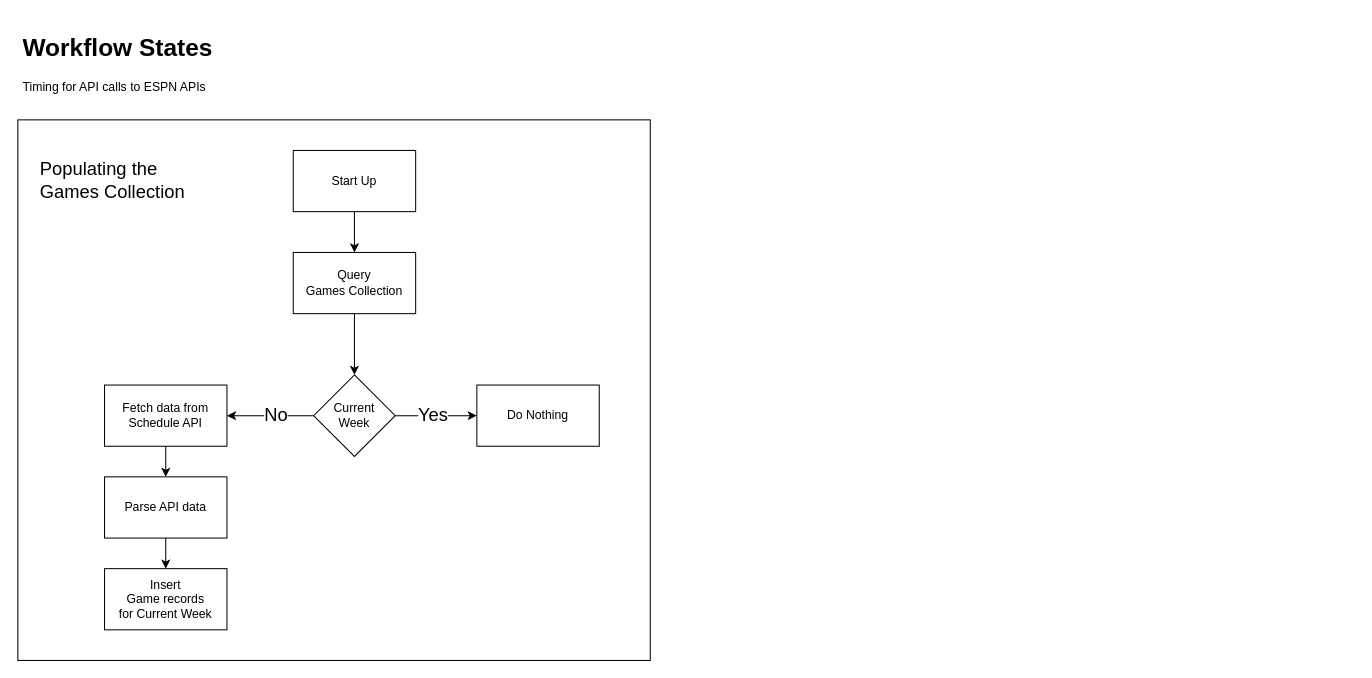
Earlier version of the draw.io diagram page "Workflows" (3 of 4) of docs/Footballer2.drawio (tjscooper/footballer2). Source tidied: cells renumbered, new cells numbered last; positions are measured from the earlier drawing's top-left corner, leaving out a move shared by most shapes. Both pictures are drawn from the tidied source at 102%, with x=0, y=0 at pixel (17, 28).
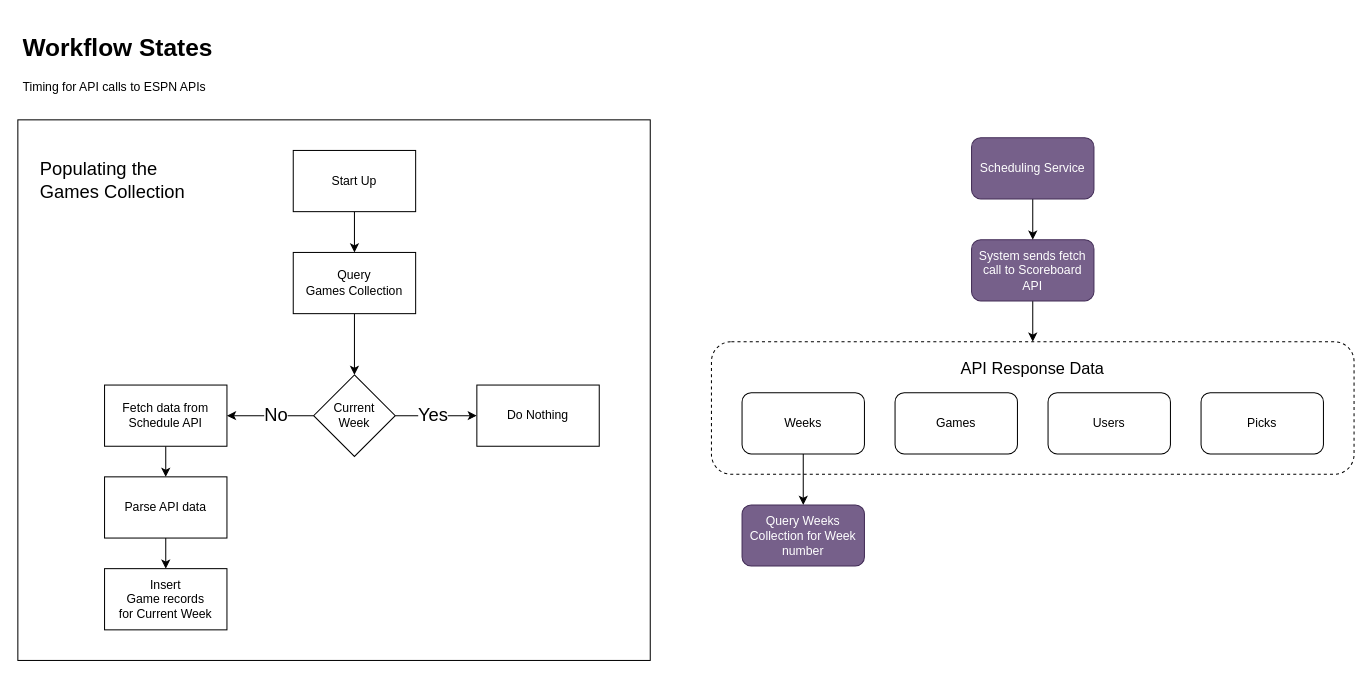
Above is the later version.

Change to the diagram source:
```diff
@@
+    <mxCell id="20" value="API Response Data" style="rounded=1;whiteSpace=wrap;html=1;sketch=0;strokeWidth=1;fontSize=16;verticalAlign=top;spacingLeft=0;spacingTop=10;fillColor=none;dashed=1;" parent="1" vertex="1">
+      <mxGeometry x="680" y="307.5" width="630" height="130" as="geometry" />
+    </mxCell>
+    <mxCell id="21" style="edgeStyle=none;html=1;fontSize=16;" parent="1" edge="1" source="22" target="26">
+      <mxGeometry relative="1" as="geometry" />
+    </mxCell>
+    <mxCell id="22" value="Weeks" style="rounded=1;whiteSpace=wrap;html=1;" parent="1" vertex="1">
+      <mxGeometry x="710" y="357.5" width="120" height="60" as="geometry" />
+    </mxCell>
+    <mxCell id="23" value="Games" style="rounded=1;whiteSpace=wrap;html=1;" parent="1" vertex="1">
+      <mxGeometry x="860" y="357.5" width="120" height="60" as="geometry" />
+    </mxCell>
+    <mxCell id="24" value="Users" style="rounded=1;whiteSpace=wrap;html=1;" parent="1" vertex="1">
+      <mxGeometry x="1010" y="357.5" width="120" height="60" as="geometry" />
+    </mxCell>
+    <mxCell id="25" value="Picks" style="rounded=1;whiteSpace=wrap;html=1;" parent="1" vertex="1">
+      <mxGeometry x="1160" y="357.5" width="120" height="60" as="geometry" />
+    </mxCell>
+    <mxCell id="26" value="Query Weeks Collection for Week number" style="rounded=1;whiteSpace=wrap;html=1;fillColor=#76608a;fontColor=#ffffff;strokeColor=#432D57;" parent="1" vertex="1">
+      <mxGeometry x="710" y="467.5" width="120" height="60" as="geometry" />
+    </mxCell>
+    <mxCell id="27" style="edgeStyle=none;html=1;exitX=0.5;exitY=1;exitDx=0;exitDy=0;entryX=0.5;entryY=0;entryDx=0;entryDy=0;fontSize=16;" parent="1" edge="1" source="28" target="20">
+      <mxGeometry relative="1" as="geometry" />
+    </mxCell>
+    <mxCell id="28" value="System sends fetch call to Scoreboard API" style="rounded=1;whiteSpace=wrap;html=1;fillColor=#76608a;fontColor=#ffffff;strokeColor=#432D57;" parent="1" vertex="1">
+      <mxGeometry x="935" y="207.5" width="120" height="60" as="geometry" />
+    </mxCell>
+    <mxCell id="29" style="edgeStyle=none;html=1;exitX=0.5;exitY=1;exitDx=0;exitDy=0;entryX=0.5;entryY=0;entryDx=0;entryDy=0;fontSize=16;" parent="1" edge="1" source="30" target="28">
+      <mxGeometry relative="1" as="geometry" />
+    </mxCell>
+    <mxCell id="30" value="Scheduling Service" style="rounded=1;whiteSpace=wrap;html=1;fillColor=#76608a;fontColor=#ffffff;strokeColor=#432D57;" parent="1" vertex="1">
+      <mxGeometry x="935" y="107.5" width="120" height="60" as="geometry" />
+    </mxCell>
```
